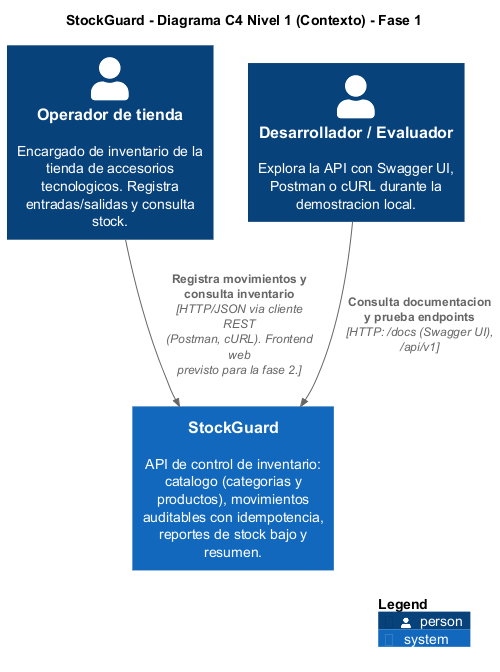
The PlantUML diagram docs/diagrams/export/c4-level1-context.png in gonzaloapaza-creator/segundo_examen_Web2, before a commit.
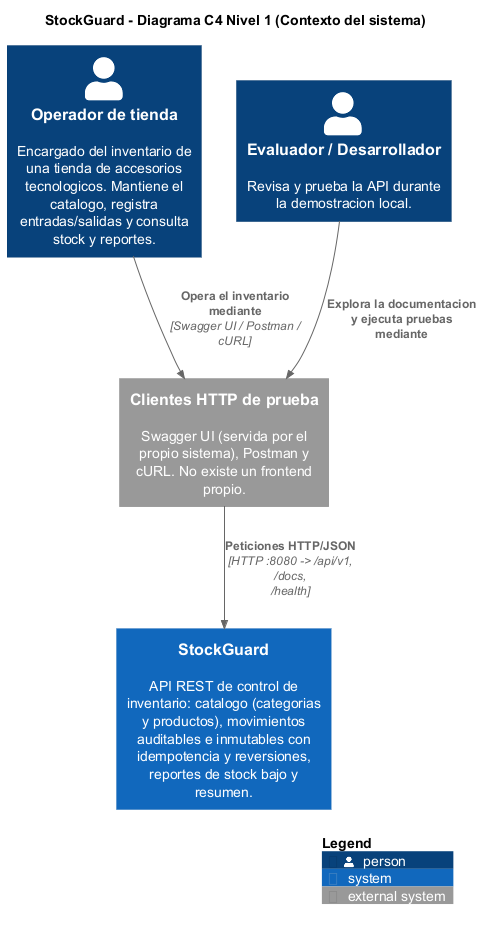
The same file after the commit.

What changed in the source:
```diff
@@ -1,15 +1,18 @@
 @startuml c4-level1-context
 !include https://raw.githubusercontent.com/plantuml-stdlib/C4-PlantUML/master/C4_Context.puml
 
-title StockGuard - Diagrama C4 Nivel 1 (Contexto) - Fase 1
+title StockGuard - Diagrama C4 Nivel 1 (Contexto del sistema)
 
-Person(operator, "Operador de tienda", "Encargado de inventario de la tienda de accesorios tecnologicos. Registra entradas/salidas y consulta stock.")
-Person(developer, "Desarrollador / Evaluador", "Explora la API con Swagger UI, Postman o cURL durante la demostracion local.")
+Person(operator, "Operador de tienda", "Encargado del inventario de una tienda de accesorios tecnologicos. Mantiene el catalogo, registra entradas/salidas y consulta stock y reportes.")
+Person(evaluator, "Evaluador / Desarrollador", "Revisa y prueba la API durante la demostracion local.")
 
-System(stockguard, "StockGuard", "API de control de inventario: catalogo (categorias y productos), movimientos auditables con idempotencia, reportes de stock bajo y resumen.")
+System(stockguard, "StockGuard", "API REST de control de inventario: catalogo (categorias y productos), movimientos auditables e inmutables con idempotencia y reversiones, reportes de stock bajo y resumen.")
 
-Rel(operator, stockguard, "Registra movimientos y consulta inventario", "HTTP/JSON via cliente REST (Postman, cURL). Frontend web previsto para la fase 2.")
-Rel(developer, stockguard, "Consulta documentacion y prueba endpoints", "HTTP: /docs (Swagger UI), /api/v1")
+System_Ext(clients, "Clientes HTTP de prueba", "Swagger UI (servida por el propio sistema), Postman y cURL. No existe un frontend propio.")
+
+Rel(operator, clients, "Opera el inventario mediante", "Swagger UI / Postman / cURL")
+Rel(evaluator, clients, "Explora la documentacion y ejecuta pruebas mediante")
+Rel(clients, stockguard, "Peticiones HTTP/JSON", "HTTP :8080 -> /api/v1, /docs, /health")
 
 SHOW_LEGEND()
 @enduml
```
